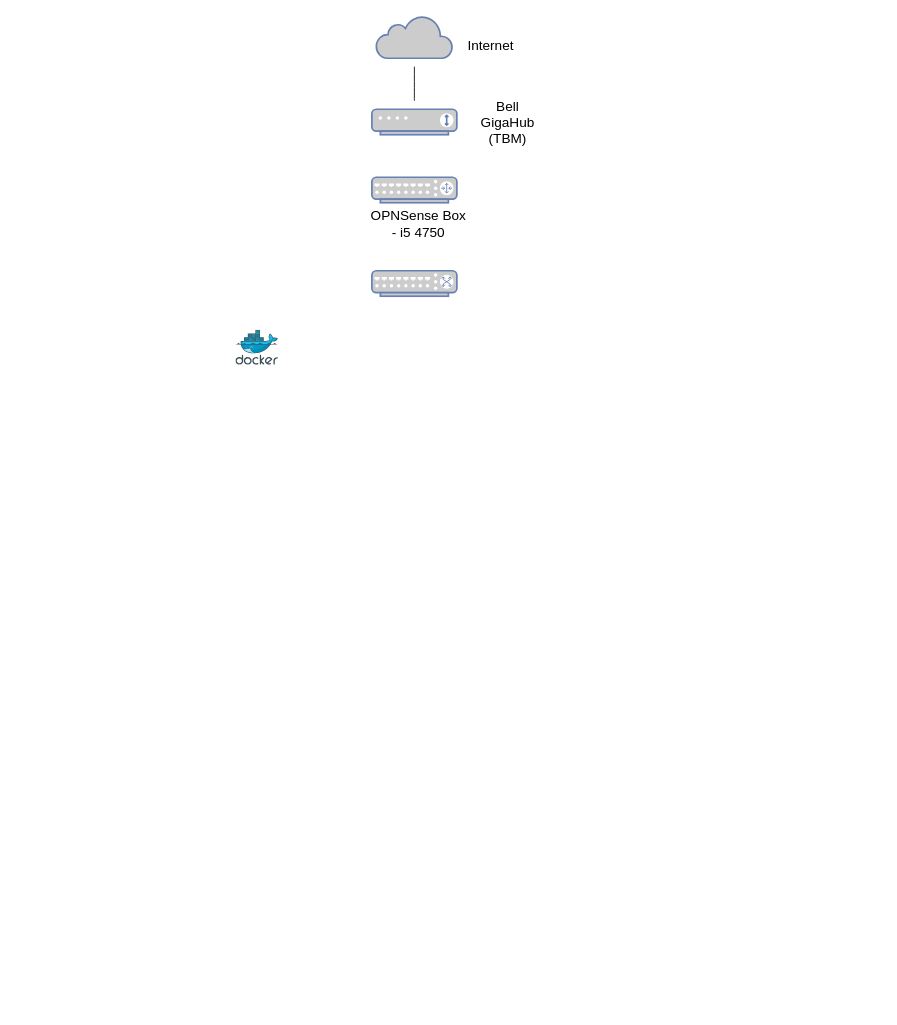
Earlier version of the draw.io diagram network-diagram.drawio (lawrence-matsuoka/home-server). Source tidied: cells renumbered, new cells numbered last; positions are measured from the earlier drawing's top-left corner, leaving out a move shared by most shapes. Both pictures are drawn from the tidied source at 85%, with x=0, y=0 at pixel (235, 15).
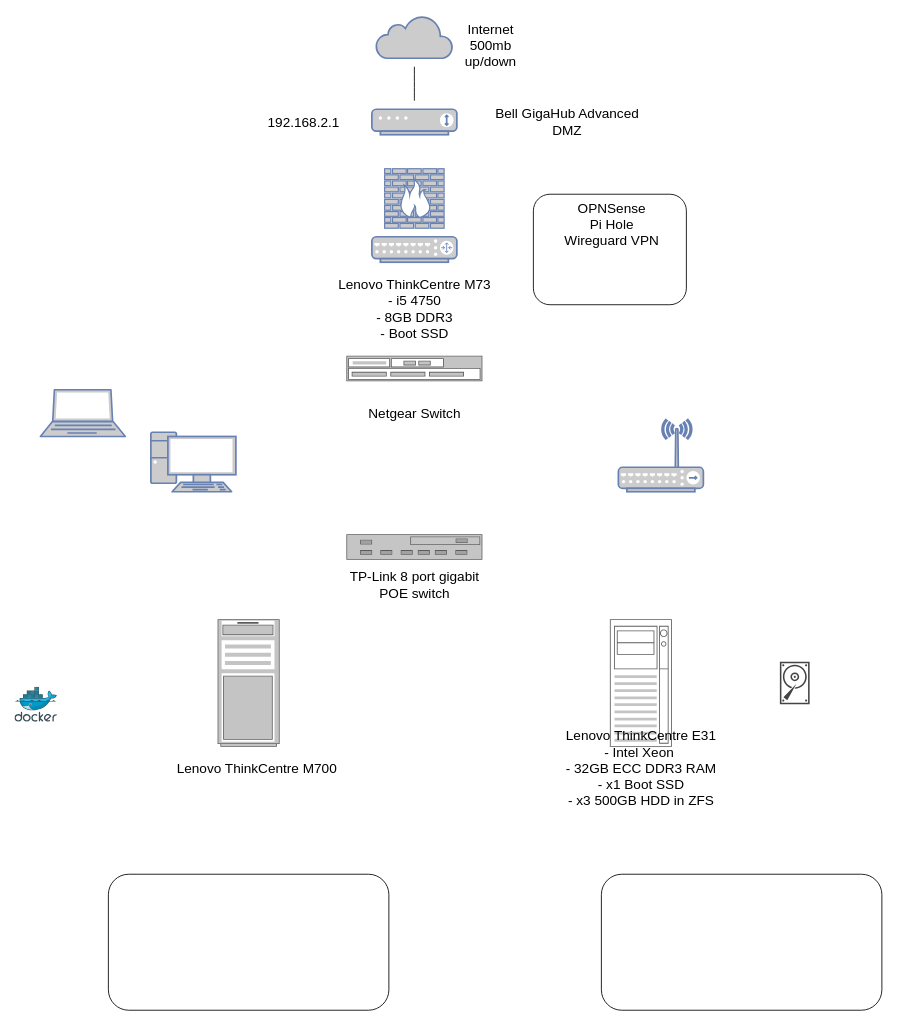
The same diagram, later.

Commit message (it also covers changes not shown here):
replace goals with background and update background

What changed in the source:
```diff
@@
-    <mxCell id="3" value="Internet" style="text;html=1;align=center;verticalAlign=middle;whiteSpace=wrap;rounded=0;fontSize=16;" parent="1" vertex="1">
+    <mxCell id="3" value="Internet 500mb up/down" style="text;html=1;align=center;verticalAlign=middle;whiteSpace=wrap;rounded=0;fontSize=16;" parent="1" vertex="1">
       <mxGeometry x="270" y="20" width="60" height="30" as="geometry" />
     </mxCell>
@@
-    <mxCell id="6" value="Bell GigaHub (TBM)" style="text;html=1;align=center;verticalAlign=middle;whiteSpace=wrap;rounded=0;fontSize=16;" parent="1" vertex="1">
-      <mxGeometry x="290" y="110" width="60" height="30" as="geometry" />
+    <mxCell id="6" value="Bell GigaHub Advanced DMZ" style="text;html=1;align=center;verticalAlign=middle;whiteSpace=wrap;rounded=0;fontSize=16;" parent="1" vertex="1">
+      <mxGeometry x="290" y="110" width="200" height="30" as="geometry" />
     </mxCell>
     <mxCell id="7" style="fontColor=#0066CC;verticalAlign=top;verticalLabelPosition=bottom;labelPosition=center;align=center;html=1;fillColor=#CCCCCC;strokeColor=#6881B3;gradientColor=none;gradientDirection=north;strokeWidth=2;shape=mxgraph.networks.router;" parent="1" vertex="1">
-      <mxGeometry x="160" y="190" width="100" height="30" as="geometry" />
+      <mxGeometry x="160" y="260" width="100" height="30" as="geometry" />
     </mxCell>
-    <mxCell id="8" style="fontColor=#0066CC;verticalAlign=top;verticalLabelPosition=bottom;labelPosition=center;align=center;html=1;fillColor=#CCCCCC;strokeColor=#6881B3;gradientColor=none;gradientDirection=north;strokeWidth=2;shape=mxgraph.networks.switch;" parent="1" vertex="1">
-      <mxGeometry x="160" y="300" width="100" height="30" as="geometry" />
-    </mxCell>
-    <mxCell id="9" value="OPNSense Box&lt;div&gt;- i5 4750&lt;/div&gt;" style="text;html=1;align=center;verticalAlign=middle;whiteSpace=wrap;rounded=0;fontSize=16;" parent="1" vertex="1">
-      <mxGeometry x="120" y="230" width="190" height="30" as="geometry" />
+    <mxCell id="9" value="Lenovo ThinkCentre M73&lt;div&gt;- i5 4750&lt;/div&gt;&lt;div&gt;- 8GB DDR3&lt;/div&gt;&lt;div&gt;- Boot SSD&lt;/div&gt;" style="text;html=1;align=center;verticalAlign=middle;whiteSpace=wrap;rounded=0;fontSize=16;" parent="1" vertex="1">
+      <mxGeometry x="97.5" y="300" width="225" height="90" as="geometry" />
     </mxCell>
     <mxCell id="10" style="image;sketch=0;html=1;align=center;fontSize=12;image=img/lib/mscae/Docker.svg;" parent="1" vertex="1">
-      <mxGeometry y="370" width="50" height="41" as="geometry" />
+      <mxGeometry x="-260" y="790" width="50" height="41" as="geometry" />
     </mxCell>
+    <mxCell id="11" style="fontColor=#0066CC;verticalAlign=top;verticalLabelPosition=bottom;labelPosition=center;align=center;html=1;fillColor=#CCCCCC;strokeColor=#6881B3;gradientColor=none;gradientDirection=north;strokeWidth=2;shape=mxgraph.networks.laptop;" parent="1" vertex="1">
+      <mxGeometry x="-230" y="440" width="100" height="55" as="geometry" />
+    </mxCell>
+    <mxCell id="12" style="fontColor=#0066CC;verticalAlign=top;verticalLabelPosition=bottom;labelPosition=center;align=center;html=1;fillColor=#CCCCCC;strokeColor=#6881B3;gradientColor=none;gradientDirection=north;strokeWidth=2;shape=mxgraph.networks.pc;" parent="1" vertex="1">
+      <mxGeometry x="-100" y="490" width="100" height="70" as="geometry" />
+    </mxCell>
+    <mxCell id="13" style="fontColor=#0066CC;verticalAlign=top;verticalLabelPosition=bottom;labelPosition=center;align=center;html=1;fillColor=#CCCCCC;strokeColor=#6881B3;gradientColor=none;gradientDirection=north;strokeWidth=2;shape=mxgraph.networks.firewall;" parent="1" vertex="1">
+      <mxGeometry x="175" y="180" width="70" height="70" as="geometry" />
+    </mxCell>
+    <mxCell id="14" style="strokeColor=#666666;html=1;labelPosition=right;align=left;spacingLeft=15;shadow=0;dashed=0;shape=mxgraph.rack.general.switches_1;" parent="1" vertex="1">
+      <mxGeometry x="130" y="400" width="160" height="30" as="geometry" />
+    </mxCell>
+    <mxCell id="15" style="strokeColor=#666666;html=1;labelPosition=right;align=left;spacingLeft=15;shadow=0;dashed=0;shape=mxgraph.rack.general.switches_2;" parent="1" vertex="1">
+      <mxGeometry x="130" y="610" width="160" height="30" as="geometry" />
+    </mxCell>
+    <mxCell id="16" style="strokeColor=#666666;html=1;verticalLabelPosition=bottom;labelBackgroundColor=#ffffff;verticalAlign=top;shadow=0;dashed=0;shape=mxgraph.rack.general.server_1;" parent="1" vertex="1">
+      <mxGeometry x="-21.5" y="710" width="73" height="150" as="geometry" />
+    </mxCell>
+    <mxCell id="17" style="strokeColor=#666666;html=1;verticalLabelPosition=bottom;labelBackgroundColor=#ffffff;verticalAlign=top;shadow=0;dashed=0;shape=mxgraph.rack.general.server_2;" parent="1" vertex="1">
+      <mxGeometry x="440" y="710" width="73" height="150" as="geometry" />
+    </mxCell>
+    <mxCell id="18" style="rounded=1;whiteSpace=wrap;html=1;" parent="1" vertex="1">
+      <mxGeometry x="-150" y="1010" width="330" height="160" as="geometry" />
+    </mxCell>
+    <mxCell id="19" style="rounded=1;whiteSpace=wrap;html=1;" parent="1" vertex="1">
+      <mxGeometry x="430" y="1010" width="330" height="160" as="geometry" />
+    </mxCell>
+    <mxCell id="20" style="rounded=1;whiteSpace=wrap;html=1;" parent="1" vertex="1">
+      <mxGeometry x="350" y="210" width="180" height="130" as="geometry" />
+    </mxCell>
+    <mxCell id="21" value="Lenovo ThinkCentre M700" style="text;html=1;align=center;verticalAlign=middle;whiteSpace=wrap;rounded=0;fontSize=16;" parent="1" vertex="1">
+      <mxGeometry x="-80" y="870" width="210" height="30" as="geometry" />
+    </mxCell>
+    <mxCell id="22" value="Lenovo ThinkCentre E31&lt;div&gt;- Intel Xeon&amp;nbsp;&lt;/div&gt;&lt;div&gt;- 32GB ECC DDR3 RAM&lt;/div&gt;&lt;div&gt;- x1 Boot SSD&lt;/div&gt;&lt;div&gt;- x3 500GB HDD in ZFS&lt;/div&gt;" style="text;html=1;align=center;verticalAlign=middle;whiteSpace=wrap;rounded=0;fontSize=16;" parent="1" vertex="1">
+      <mxGeometry x="371.5" y="870" width="210" height="30" as="geometry" />
+    </mxCell>
+    <mxCell id="23" value="OPNSense&lt;div&gt;Pi Hole&lt;/div&gt;&lt;div&gt;Wireguard VPN&lt;/div&gt;" style="text;html=1;align=center;verticalAlign=middle;whiteSpace=wrap;rounded=0;fontSize=16;" parent="1" vertex="1">
+      <mxGeometry x="330" y="200" width="225" height="90" as="geometry" />
+    </mxCell>
+    <mxCell id="24" value="Netgear Switch" style="text;html=1;align=center;verticalAlign=middle;whiteSpace=wrap;rounded=0;fontSize=16;" parent="1" vertex="1">
+      <mxGeometry x="97.5" y="422.5" width="225" height="90" as="geometry" />
+    </mxCell>
+    <mxCell id="25" value="TP-Link 8 port gigabit POE switch" style="text;html=1;align=center;verticalAlign=middle;whiteSpace=wrap;rounded=0;fontSize=16;" parent="1" vertex="1">
+      <mxGeometry x="118.8" y="644.5" width="182.5" height="50" as="geometry" />
+    </mxCell>
+    <mxCell id="26" style="sketch=0;shadow=0;dashed=0;html=1;strokeColor=none;fillColor=#434445;labelPosition=center;verticalLabelPosition=bottom;verticalAlign=top;align=center;shape=mxgraph.vvd.disk;" parent="1" vertex="1">
+      <mxGeometry x="640" y="760" width="35" height="50" as="geometry" />
+    </mxCell>
+    <mxCell id="27" style="fontColor=#0066CC;verticalAlign=top;verticalLabelPosition=bottom;labelPosition=center;align=center;html=1;fillColor=#CCCCCC;strokeColor=#6881B3;gradientColor=none;gradientDirection=north;strokeWidth=2;shape=mxgraph.networks.wireless_hub;" parent="1" vertex="1">
+      <mxGeometry x="450" y="475" width="100" height="85" as="geometry" />
+    </mxCell>
+    <mxCell id="28" value="192.168.2.1" style="text;html=1;align=center;verticalAlign=middle;whiteSpace=wrap;rounded=0;fontSize=16;" parent="1" vertex="1">
+      <mxGeometry x="10" y="110" width="140" height="30" as="geometry" />
+    </mxCell>
```
